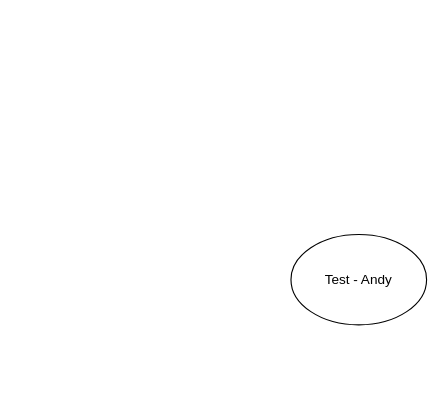
Earlier version of the draw.io diagram src/Untitled Diagram.drawio (cisagov/pe-reports). Source tidied: cells renumbered, new cells numbered last; positions are measured from the earlier drawing's top-left corner, leaving out a move shared by most shapes. Both pictures are drawn from the tidied source at 113%, with x=0, y=0 at pixel (290, 234). Pictures stored in the file or linked from it are replaced by grey dashed boxes.
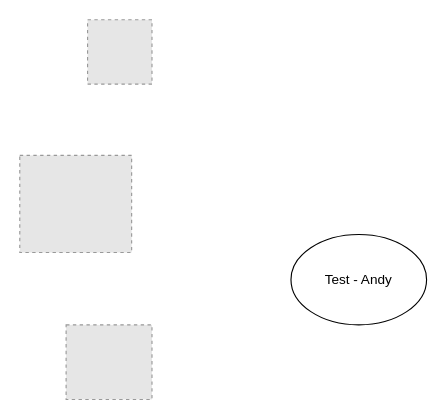
Above is the later version.

The edit, as a diff of the source:
```diff
@@
 <mxGraphModel>
   <root>
     <mxCell id="0" />
     <mxCell id="1" parent="0" />
     <mxCell id="2" value="Test - Andy" style="ellipse;whiteSpace=wrap;html=1;" parent="1" vertex="1">
       <mxGeometry width="120" height="80" as="geometry" />
     </mxCell>
+    <mxCell id="3" style="fillColor=#E6E6E6;strokeColor=#999999;dashed=1;verticalLabelPosition=bottom;labelBackgroundColor=#ffffff;verticalAlign=top;" parent="1" vertex="1">
+      <mxGeometry x="-180" y="-190" width="57" height="57" as="geometry" />
+    </mxCell>
+    <mxCell id="4" style="fillColor=#E6E6E6;strokeColor=#999999;dashed=1;verticalLabelPosition=bottom;labelBackgroundColor=#ffffff;verticalAlign=top;" parent="1" vertex="1">
+      <mxGeometry x="-199" y="80" width="76" height="66" as="geometry" />
+    </mxCell>
+    <mxCell id="5" style="fillColor=#E6E6E6;strokeColor=#999999;dashed=1;verticalLabelPosition=bottom;labelBackgroundColor=#ffffff;verticalAlign=top;" parent="1" vertex="1">
+      <mxGeometry x="-240" y="-70" width="99" height="86" as="geometry" />
+    </mxCell>
   </root>
 </mxGraphModel>
```
